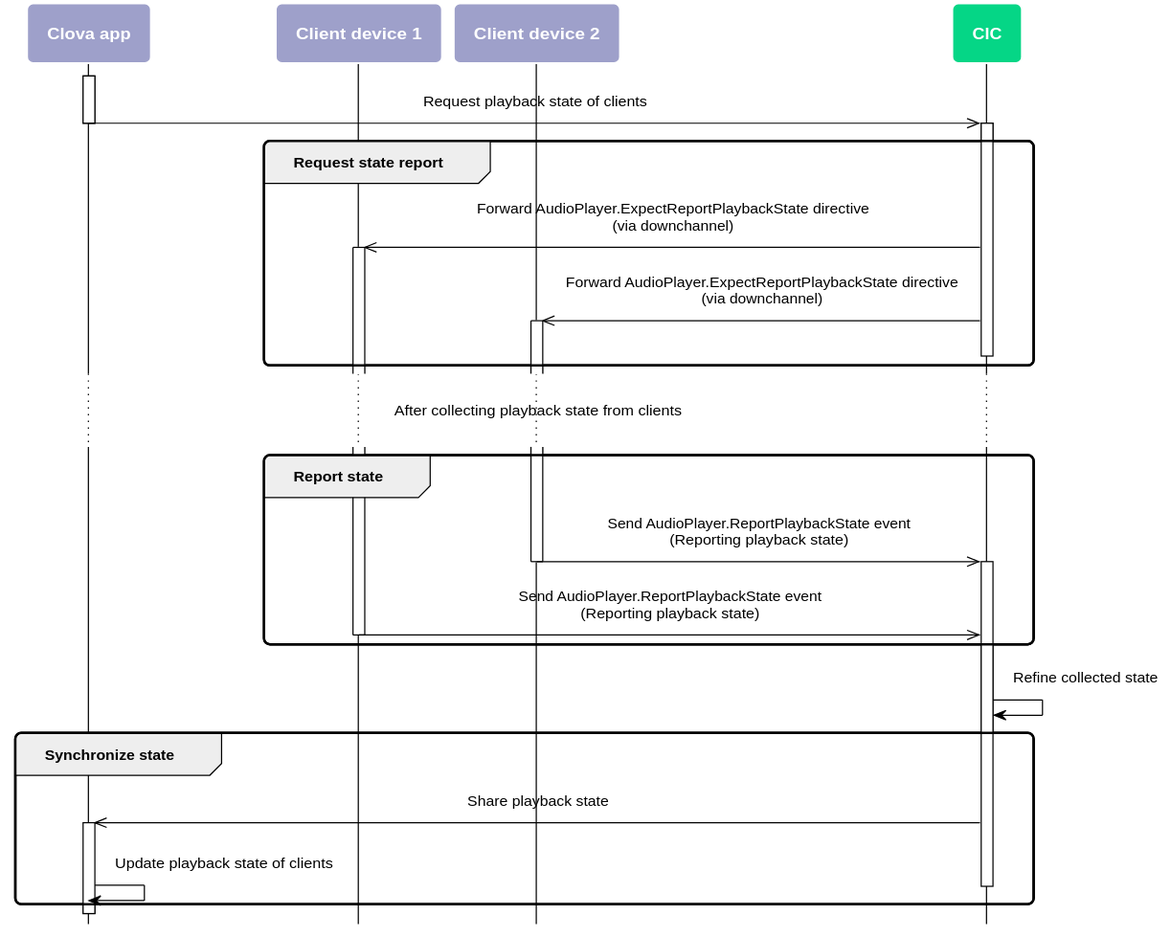
Above: en-KR/Develop/Assets/Images/CIC_Playback_State_Sync_Work_Flow.svg in muchokwon/clova-client-developer-guide (PlantUML), before the change. Its diagram source:
```plantuml
@startuml
scale max 880 width
skinparam sequenceMessageAlign center
skinparam shadowing false
skinparam roundcorner 10
skinparam padding 10
skinparam defaultFontSize 12
skinparam sequence {
	ArrowColor #000000
	ActorBorderColor #000000
	ActorFontStyle Bolder

	LifeLineBorderColor #000000
	LifeLineBackgroundColor transparent
	ParticipantBorderColor transparent
	ParticipantFontSize 14
	ParticipantFontColor #ffffff
	ParticipantFontStyle bold

	BoxBorderColor #000000
	BoxFontColor #ffffff
    BoxFontSize 14
    BoxFontStyle bold
}
skinparam note {
	BackgroundColor #9EA0CA
	BorderColor #ffffff
	FontColor #ffffff
	FontSize 14
	FontStyle bold
}
hide footbox

participant "Clova app" as ca #9EA0CA
participant "Client device 1" as cli1 #9EA0CA
participant "Client device 2" as cli2 #9EA0CA
participant CIC as cic #05D686

activate ca
  ca ->> cic : Request playback state of clients
deactivate ca

group Request state report

  activate cic

    cic ->> cli1 : Forward AudioPlayer.ExpectReportPlaybackState directive\n(via downchannel)
    activate cli1

    cic ->> cli2 : Forward AudioPlayer.ExpectReportPlaybackState directive\n(via downchannel)
    activate cli2

  deactivate cic

end

...After collecting playback state from clients...

group Report state

    cli2 ->> cic : Send AudioPlayer.ReportPlaybackState event\n(Reporting playback state)
    deactivate cli2
  activate cic

    cli1 ->> cic : Send AudioPlayer.ReportPlaybackState event\n(Reporting playback state)
    deactivate cli1

end

    cic -> cic : Refine collected state

group Synchronize state

    cic ->> ca : Share playback state
    activate ca

    ca -> ca : Update playback state of clients

  deactivate cic

end

@enduml
```
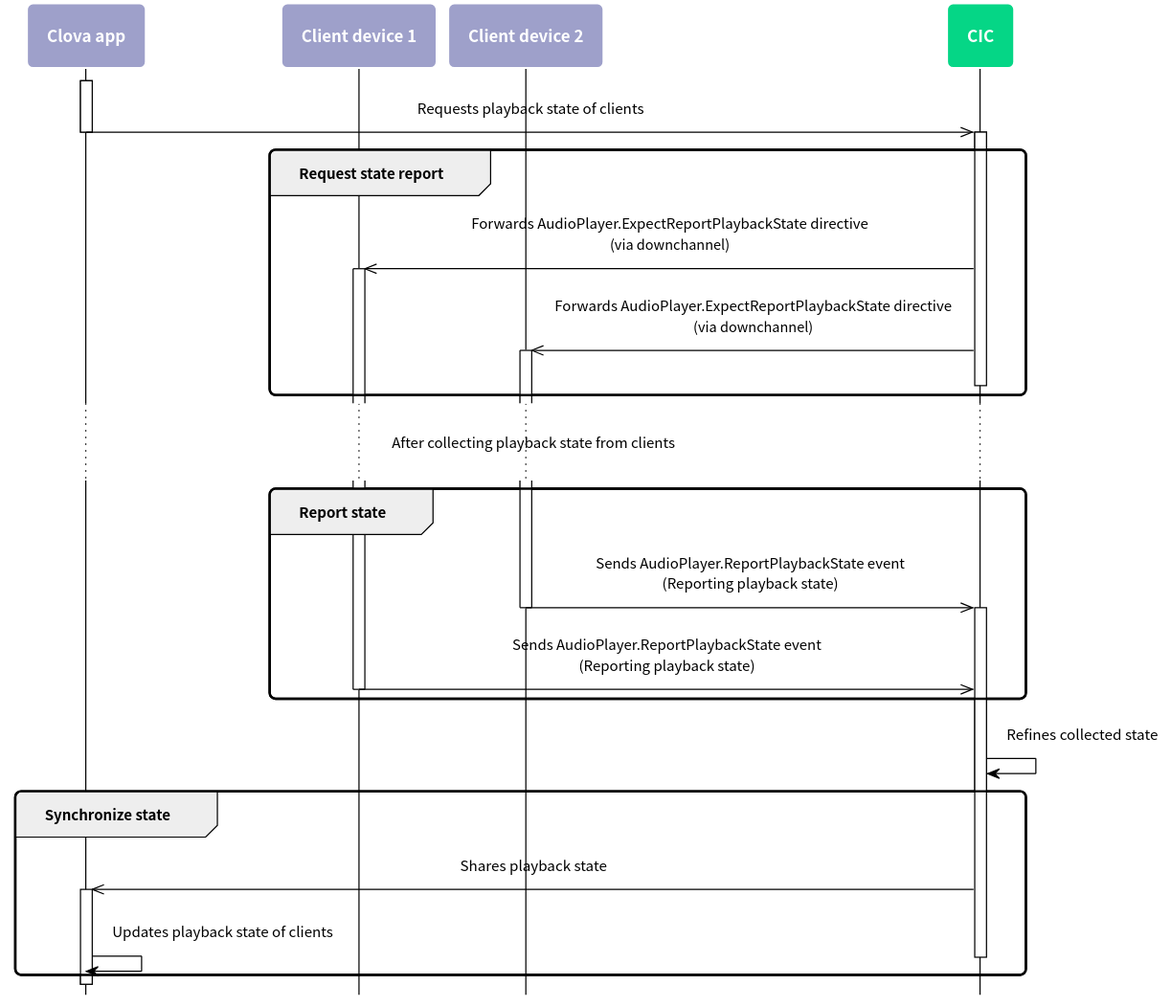
Above is the later version.

Change to the diagram source:
```diff
@@ -5,31 +5,49 @@
 skinparam roundcorner 10
 skinparam padding 10
 skinparam defaultFontSize 12
+skinparam defaultFontName "Noto Sans CJK KR"
+
+skinparam note {
+  BackgroundColor #9EA0CA
+  BorderColor #ffffff
+  FontColor #ffffff
+  FontSize 14
+  FontStyle bold
+}
+
 skinparam sequence {
-	ArrowColor #000000
-	ActorBorderColor #000000
-	ActorFontStyle Bolder
+  ArrowColor #000000
+  ActorBorderColor #000000
+  ActorFontStyle Bolder
 
-	LifeLineBorderColor #000000
-	LifeLineBackgroundColor transparent
-	ParticipantBorderColor transparent
-	ParticipantFontSize 14
-	ParticipantFontColor #ffffff
-	ParticipantFontStyle bold
 
-	BoxBorderColor #000000
-	BoxFontColor #ffffff
+  LifeLineBorderColor #000000
+  LifeLineBackgroundColor transparent
+  ParticipantBorderColor transparent
+  ParticipantFontSize 14
+  ParticipantFontColor #ffffff
+  ParticipantFontStyle bold
+
+  BoxBorderColor #000000
+  BoxFontColor #ffffff
     BoxFontSize 14
     BoxFontStyle bold
 }
-skinparam note {
-	BackgroundColor #9EA0CA
-	BorderColor #ffffff
-	FontColor #ffffff
-	FontSize 14
-	FontStyle bold
+hide footbox
+
+skinparam activity {
+  BackgroundColor #9EA0CA
+  BarColor #ffffff
+  BorderColor #ffffff
+  DiamondBackgroundColor #05D686
+  DiamondBorderColor #ffffff
+  DiamondFontColor #ffffff
+  DiamondFontSize 14
+  DiamondFontStyle bold
+  FontColor #ffffff
+  FontSize 14
+  FontStyle bold
 }
-hide footbox
 
 participant "Clova app" as ca #9EA0CA
 participant "Client device 1" as cli1 #9EA0CA
@@ -37,17 +55,17 @@
 participant CIC as cic #05D686
 
 activate ca
-  ca ->> cic : Request playback state of clients
+  ca ->> cic : Requests playback state of clients
 deactivate ca
 
 group Request state report
 
   activate cic
 
-    cic ->> cli1 : Forward AudioPlayer.ExpectReportPlaybackState directive\n(via downchannel)
+    cic ->> cli1 : Forwards AudioPlayer.ExpectReportPlaybackState directive\n(via downchannel)
     activate cli1
 
-    cic ->> cli2 : Forward AudioPlayer.ExpectReportPlaybackState directive\n(via downchannel)
+    cic ->> cli2 : Forwards AudioPlayer.ExpectReportPlaybackState directive\n(via downchannel)
     activate cli2
 
   deactivate cic
@@ -58,23 +76,23 @@
 
 group Report state
 
-    cli2 ->> cic : Send AudioPlayer.ReportPlaybackState event\n(Reporting playback state)
+    cli2 ->> cic : Sends AudioPlayer.ReportPlaybackState event\n(Reporting playback state)
     deactivate cli2
   activate cic
 
-    cli1 ->> cic : Send AudioPlayer.ReportPlaybackState event\n(Reporting playback state)
+    cli1 ->> cic : Sends AudioPlayer.ReportPlaybackState event\n(Reporting playback state)
     deactivate cli1
 
 end
 
-    cic -> cic : Refine collected state
+    cic -> cic : Refines collected state
 
 group Synchronize state
 
-    cic ->> ca : Share playback state
+    cic ->> ca : Shares playback state
     activate ca
 
-    ca -> ca : Update playback state of clients
+    ca -> ca : Updates playback state of clients
 
   deactivate cic
 
```
